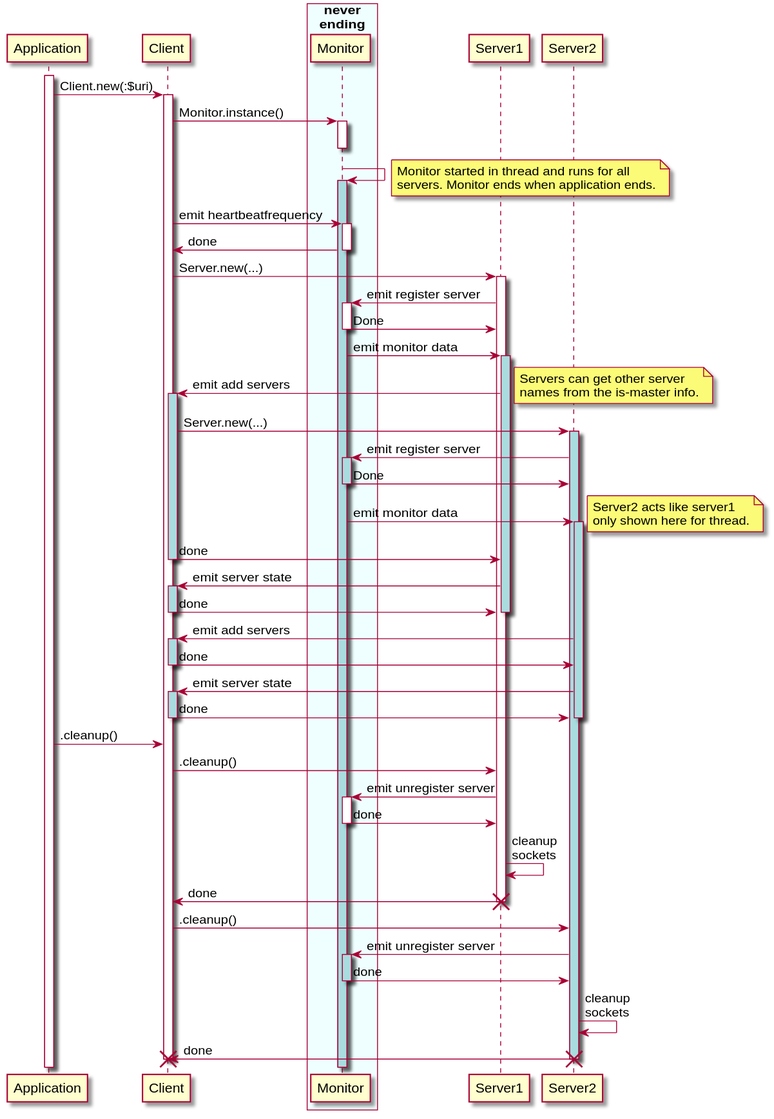
MARTIMM/raku-mongodb-driver keeps this PlantUML diagram as docs/images/uml/CSM-interact.svg. Above is the earlier version.
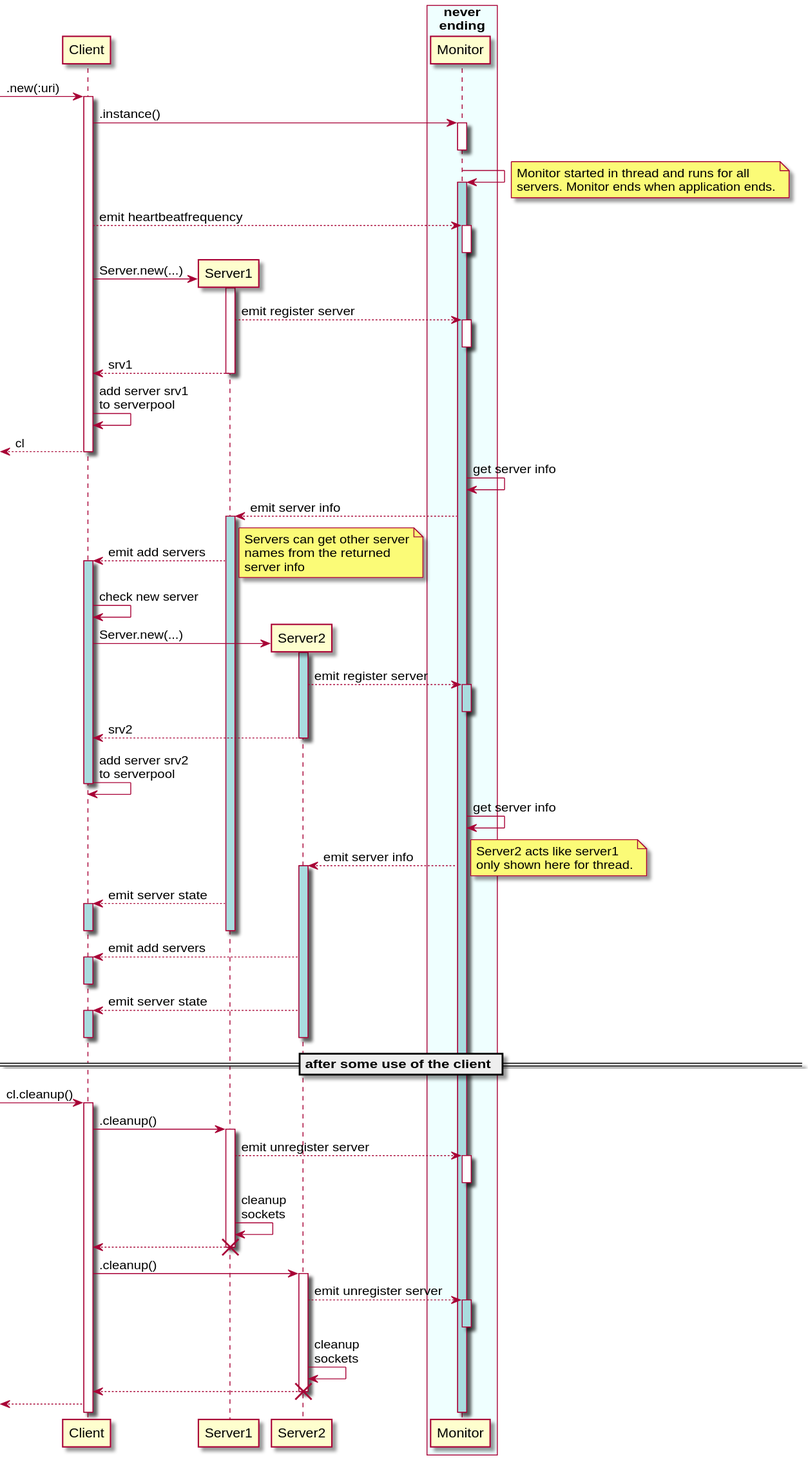
After the commit.

The edit, as a diff of the source:
```diff
@@ -5,19 +5,18 @@
   LifeLineBackgroundColor #fff
 }
 
-participant Application
-activate Application
+participant Client
+participant Server1
+participant Server2
+participant Monitor
 
-participant Client
-
-Application -> Client: Client.new(:$uri)
-activate Client
+-> Client ++: .new(:uri)
 
 box "never\nending" #efffff
   participant Monitor
 end box
 
-Client -> Monitor ++: Monitor.instance()
+Client -> Monitor ++: .instance()
 deactivate Monitor
 Monitor -> Monitor ++ #A9DCDF:
 note right
@@ -25,57 +24,79 @@
   servers. Monitor ends when application ends.
 end note
 
-Client -> Monitor ++ : emit heartbeatfrequency
-Monitor -> Client --: done
+Client --> Monitor ++ : emit heartbeatfrequency
+deactivate Monitor
 
+create Server1
 Client -> Server1 ++: Server.new(...)
-Server1 -> Monitor ++: emit register server
-Monitor -> Server1 --: Done
+Server1 --> Monitor ++: emit register server
+deactivate Monitor
+return srv1
+Client -> Client: add server srv1 \nto serverpool
 
-Monitor -> Server1 ++ #A9DCDF: emit monitor data
+<-- Client: cl
+deactivate Client
 
-Server1 -> Client ++ #A9DCDF: emit add servers
+Monitor -> Monitor: get server info
+Monitor --> Server1 ++ #A9DCDF: emit server info
+
+Server1 --> Client ++ #A9DCDF: emit add servers
   note right
     Servers can get other server
-    names from the is-master info.
+    names from the returned
+    server info
   end note
 
+  Client -> Client: check new server
+  create Server2
   Client -> Server2 ++ #A9DCDF: Server.new(...)
-  Server2 -> Monitor ++ #A9DCDF: emit register server
-  Monitor -> Server2 --: Done
-  Monitor -> Server2 ++ #A9DCDF: emit monitor data
+  Server2 --> Monitor ++ #A9DCDF: emit register server
+  deactivate Monitor
+  return srv2
+  Client -> Client: add server srv2\nto serverpool
+  deactivate Client
+
+  Monitor -> Monitor: get server info
+
+  Monitor --> Server2 ++ #A9DCDF: emit server info
   note right
     Server2 acts like server1
     only shown here for thread.
   end note
 
-Client -> Server1 --: done
-Server1 -> Client ++ #A9DCDF: emit server state
-Client -> Server1 --: done
+
+Server1 --> Client ++ #A9DCDF: emit server state
+deactivate Client
 deactivate Server1
 
-Server2 -> Client ++ #A9DCDF: emit add servers
-Client -> Server2 --: done
-Server2 -> Client ++ #A9DCDF: emit server state
-Client -> Server2 --: done
+Server2 --> Client ++ #A9DCDF: emit add servers
+
+deactivate Client
+Server2 --> Client ++ #A9DCDF: emit server state
+deactivate Client
 deactivate Server2
 
+== after some use of the client ==
 
-Application -> Client: .cleanup()
-Client -> Server1: .cleanup()
-Server1 -> Monitor ++: emit unregister server
-Monitor -> Server1 --: done
+-> Client ++: cl.cleanup()
+Client -> Server1++: .cleanup()
+Server1 --> Monitor ++: emit unregister server
+deactivate Monitor
+
 Server1 -> Server1: cleanup\nsockets
-Server1 -> Client: done
+Server1 --> Client:
 destroy Server1
 
-Client -> Server2: .cleanup()
-Server2 -> Monitor ++ #A9DCDF: emit unregister server
-Monitor -> Server2 -- #A9DCDF: done
+Client -> Server2 ++: .cleanup()
+Server2 --> Monitor ++ #A9DCDF: emit unregister server
+deactivate Monitor
+
 Server2 -> Server2: cleanup\nsockets
-Server2 -> Client: done
+Server2 --> Client:
+
+deactivate Server2
 destroy Server2
 
-destroy Client
+<-- Client:
 
 @enduml
```
